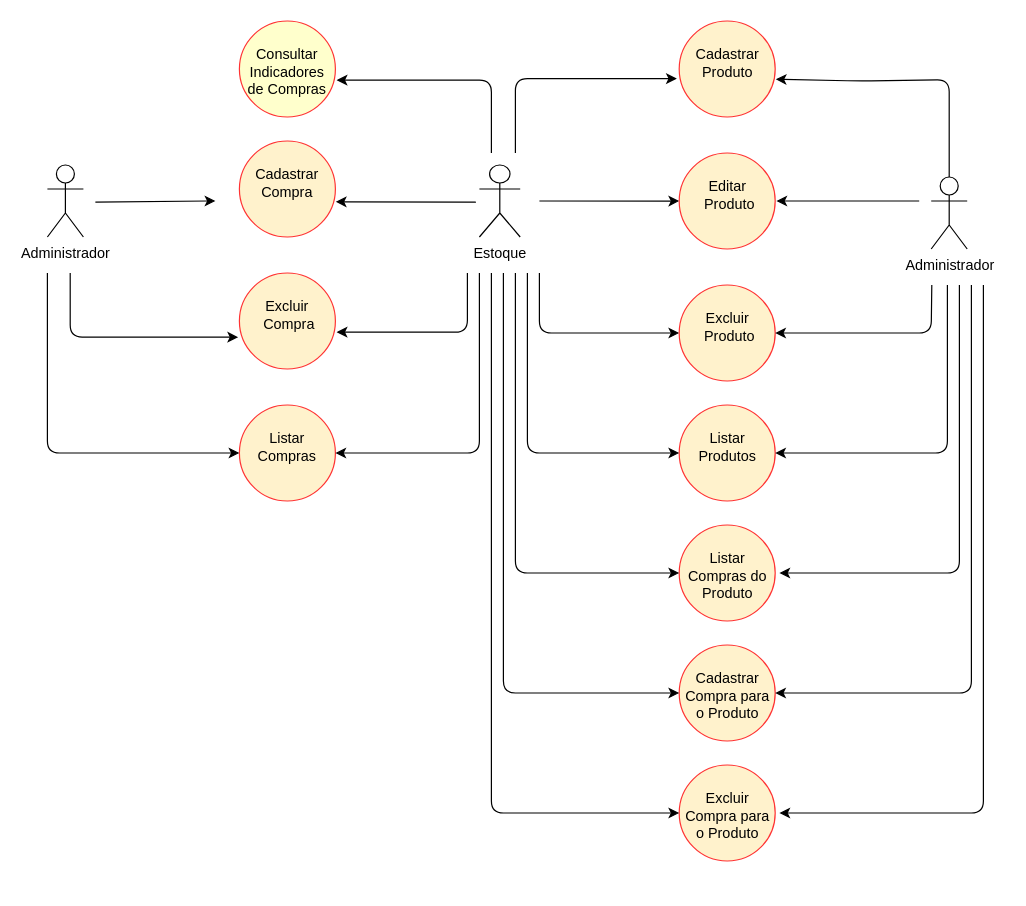
adjamirgalvao/pucminas keeps this draw.io diagram as page "Estoque" (3 of 5) of projeto/documentacao/Diagrama de casos de uso.drawio. Above is the earlier version. Source tidied: cells renumbered, new cells numbered last; positions are measured from the earlier drawing's top-left corner, leaving out a move shared by most shapes. Both pictures are drawn from the tidied source at 120%, with x=0, y=0 at pixel (47, 20).
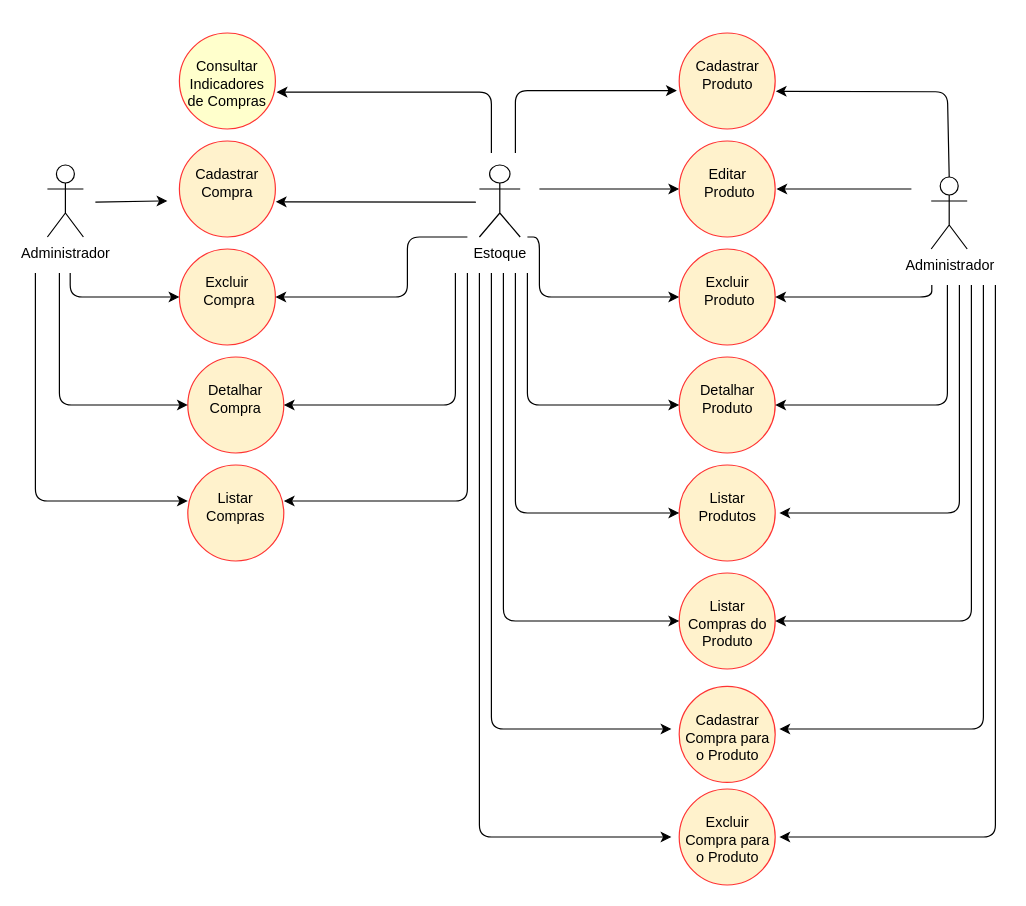
The same page after the edit.

The change refers to these unchanged cells:
```xml
<mxCell id="11" value="Administrador" style="shape=umlActor;verticalLabelPosition=bottom;verticalAlign=top;html=1;outlineConnect=0;" parent="1" vertex="1">
  <mxGeometry x="736.5" y="130" width="30" height="60" as="geometry" />
</mxCell>
```

Change to the diagram source:
```diff
@@
     <mxCell id="3" style="edgeStyle=orthogonalEdgeStyle;rounded=1;jettySize=auto;html=1;endArrow=classic;endFill=1;sourcePerimeterSpacing=0;targetPerimeterSpacing=0;startArrow=none;startFill=0;jumpStyle=arc;entryX=0;entryY=0.5;entryDx=0;entryDy=0;" parent="1" edge="1" target="6">
       <mxGeometry relative="1" as="geometry">
-        <mxPoint x="410" y="150" as="sourcePoint" />
+        <mxPoint x="410" y="140" as="sourcePoint" />
+        <Array as="points">
+          <mxPoint x="410" y="140" />
+        </Array>
       </mxGeometry>
     </mxCell>
@@
     <mxCell id="5" value="&lt;br&gt;Cadastrar Produto" style="ellipse;whiteSpace=wrap;html=1;verticalAlign=top;fillColor=#fff2cc;strokeColor=#FF3333;" parent="1" vertex="1">
-      <mxGeometry x="526.5" width="80" height="80" as="geometry" />
+      <mxGeometry x="526.5" y="10" width="80" height="80" as="geometry" />
     </mxCell>
     <mxCell id="6" value="&lt;br&gt;Editar&lt;br&gt;&amp;nbsp;Produto" style="ellipse;whiteSpace=wrap;html=1;verticalAlign=top;fillColor=#fff2cc;strokeColor=#FF3333;" parent="1" vertex="1">
-      <mxGeometry x="526.5" y="110" width="80" height="80" as="geometry" />
+      <mxGeometry x="526.5" y="100" width="80" height="80" as="geometry" />
     </mxCell>
     <mxCell id="7" style="edgeStyle=orthogonalEdgeStyle;rounded=1;jettySize=auto;html=1;endArrow=classic;endFill=1;sourcePerimeterSpacing=24;targetPerimeterSpacing=0;startArrow=none;startFill=0;jumpStyle=arc;entryX=0;entryY=0.5;entryDx=0;entryDy=0;" parent="1" edge="1" target="8">
       <mxGeometry relative="1" as="geometry">
-        <mxPoint x="410" y="210" as="sourcePoint" />
+        <mxPoint x="400" y="180" as="sourcePoint" />
         <Array as="points">
-          <mxPoint x="410" y="210" />
-          <mxPoint x="410" y="260" />
+          <mxPoint x="410" y="180" />
+          <mxPoint x="410" y="230" />
         </Array>
       </mxGeometry>
     </mxCell>
     <mxCell id="8" value="&lt;br&gt;Excluir&lt;br&gt;&amp;nbsp;Produto" style="ellipse;whiteSpace=wrap;html=1;verticalAlign=top;fillColor=#fff2cc;strokeColor=#FF3333;" parent="1" vertex="1">
-      <mxGeometry x="526.5" y="220" width="80" height="80" as="geometry" />
+      <mxGeometry x="526.5" y="190" width="80" height="80" as="geometry" />
     </mxCell>
-    <mxCell id="9" value="&lt;br&gt;Listar &lt;br&gt;Produtos" style="ellipse;whiteSpace=wrap;html=1;verticalAlign=top;fillColor=#fff2cc;strokeColor=#FF3333;" parent="1" vertex="1">
-      <mxGeometry x="526.5" y="320" width="80" height="80" as="geometry" />
+    <mxCell id="9" value="&lt;br&gt;Detalhar&lt;br&gt;Produto" style="ellipse;whiteSpace=wrap;html=1;verticalAlign=top;fillColor=#fff2cc;strokeColor=#FF3333;" parent="1" vertex="1">
+      <mxGeometry x="526.5" y="280" width="80" height="80" as="geometry" />
     </mxCell>
     <mxCell id="10" style="edgeStyle=orthogonalEdgeStyle;rounded=1;jettySize=auto;html=1;endArrow=classic;endFill=1;sourcePerimeterSpacing=24;targetPerimeterSpacing=0;startArrow=none;startFill=0;jumpStyle=arc;" parent="1" edge="1" target="9">
       <mxGeometry relative="1" as="geometry">
         <mxPoint x="400" y="210" as="sourcePoint" />
         <Array as="points">
-          <mxPoint x="400" y="210" />
-          <mxPoint x="400" y="360" />
+          <mxPoint x="400" y="320" />
         </Array>
       </mxGeometry>
     </mxCell>
@@
     <mxCell id="12" style="endArrow=classic;html=1;rounded=1;sourcePerimeterSpacing=-1;targetPerimeterSpacing=8;jumpStyle=arc;entryX=1.006;entryY=0.607;entryDx=0;entryDy=0;exitX=0.5;exitY=0;exitDx=0;exitDy=0;exitPerimeter=0;entryPerimeter=0;" parent="1" edge="1" source="11" target="5">
       <mxGeometry relative="1" as="geometry">
         <Array as="points">
-          <mxPoint x="751.5" y="49" />
-          <mxPoint x="676.5" y="50" />
+          <mxPoint x="750" y="59" />
         </Array>
       </mxGeometry>
     </mxCell>
     <mxCell id="13" style="endArrow=classic;html=1;rounded=1;sourcePerimeterSpacing=-1;targetPerimeterSpacing=1;jumpStyle=arc;" parent="1" edge="1" target="6">
       <mxGeometry relative="1" as="geometry">
-        <mxPoint x="726.5" y="150" as="sourcePoint" />
+        <mxPoint x="720" y="140" as="sourcePoint" />
       </mxGeometry>
     </mxCell>
     <mxCell id="14" style="endArrow=classic;html=1;rounded=1;sourcePerimeterSpacing=8;targetPerimeterSpacing=15;jumpStyle=arc;entryX=1;entryY=0.5;entryDx=0;entryDy=0;" parent="1" edge="1" target="8">
       <mxGeometry relative="1" as="geometry">
         <mxPoint x="737" y="220" as="sourcePoint" />
         <Array as="points">
-          <mxPoint x="736.5" y="260" />
-          <mxPoint x="646.5" y="260" />
+          <mxPoint x="737" y="230" />
+          <mxPoint x="690" y="230" />
         </Array>
       </mxGeometry>
     </mxCell>
@@
-    <mxCell id="16" value="&lt;br&gt;Listar &lt;br&gt;Compras" style="ellipse;whiteSpace=wrap;html=1;verticalAlign=top;fillColor=#fff2cc;strokeColor=#FF3333;" parent="1" vertex="1">
-      <mxGeometry x="160" y="320" width="80" height="80" as="geometry" />
+    <mxCell id="16" value="&lt;br&gt;Detalhar&lt;br&gt;Compra" style="ellipse;whiteSpace=wrap;html=1;verticalAlign=top;fillColor=#fff2cc;strokeColor=#FF3333;" parent="1" vertex="1">
+      <mxGeometry x="117" y="280" width="80" height="80" as="geometry" />
     </mxCell>
     <mxCell id="17" value="&lt;br&gt;Excluir&lt;br&gt;&amp;nbsp;Compra" style="ellipse;whiteSpace=wrap;html=1;verticalAlign=top;fillColor=#fff2cc;strokeColor=#FF3333;" parent="1" vertex="1">
-      <mxGeometry x="160" y="210" width="80" height="80" as="geometry" />
+      <mxGeometry x="110" y="190" width="80" height="80" as="geometry" />
     </mxCell>
     <mxCell id="18" value="&lt;br&gt;Cadastrar Compra" style="ellipse;whiteSpace=wrap;html=1;verticalAlign=top;fillColor=#fff2cc;strokeColor=#FF3333;" parent="1" vertex="1">
-      <mxGeometry x="160" y="100" width="80" height="80" as="geometry" />
+      <mxGeometry x="110" y="100" width="80" height="80" as="geometry" />
     </mxCell>
     <mxCell id="19" value="&lt;br&gt;Consultar&lt;br&gt;Indicadores de Compras" style="ellipse;whiteSpace=wrap;html=1;verticalAlign=top;fillColor=#ffffcc;strokeColor=#FF3333;" parent="1" vertex="1">
-      <mxGeometry x="160" width="80" height="80" as="geometry" />
+      <mxGeometry x="110" y="10" width="80" height="80" as="geometry" />
     </mxCell>
@@
-    <mxCell id="22" style="edgeStyle=orthogonalEdgeStyle;rounded=1;jettySize=auto;html=1;endArrow=classic;endFill=1;sourcePerimeterSpacing=24;targetPerimeterSpacing=0;startArrow=none;startFill=0;jumpStyle=arc;entryX=1.013;entryY=0.616;entryDx=0;entryDy=0;entryPerimeter=0;" parent="1" edge="1" target="17">
+    <mxCell id="22" style="edgeStyle=orthogonalEdgeStyle;rounded=1;orthogonalLoop=1;jettySize=auto;html=1;endArrow=classic;endFill=1;sourcePerimeterSpacing=24;targetPerimeterSpacing=0;startArrow=none;startFill=0;jumpStyle=arc;" parent="1" edge="1">
       <mxGeometry relative="1" as="geometry">
-        <mxPoint x="350" y="210" as="sourcePoint" />
+        <mxPoint x="350" y="180" as="sourcePoint" />
+        <mxPoint x="190" y="230" as="targetPoint" />
         <Array as="points">
-          <mxPoint x="350" y="210" />
-          <mxPoint x="350" y="259" />
+          <mxPoint x="327" y="180" />
+          <mxPoint x="300" y="180" />
+          <mxPoint x="300" y="230" />
         </Array>
       </mxGeometry>
     </mxCell>
     <mxCell id="23" style="edgeStyle=orthogonalEdgeStyle;rounded=1;jettySize=auto;html=1;endArrow=classic;endFill=1;sourcePerimeterSpacing=24;targetPerimeterSpacing=0;startArrow=none;startFill=0;jumpStyle=arc;entryX=1;entryY=0.5;entryDx=0;entryDy=0;" parent="1" edge="1" target="16">
       <mxGeometry relative="1" as="geometry">
-        <mxPoint x="360" y="210" as="sourcePoint" />
+        <mxPoint x="340" y="210" as="sourcePoint" />
         <Array as="points">
-          <mxPoint x="360" y="210" />
-          <mxPoint x="360" y="360" />
+          <mxPoint x="340" y="210" />
+          <mxPoint x="340" y="320" />
         </Array>
       </mxGeometry>
     </mxCell>
@@
     <mxCell id="25" style="edgeStyle=orthogonalEdgeStyle;rounded=1;orthogonalLoop=1;jettySize=auto;html=1;endArrow=classic;endFill=1;sourcePerimeterSpacing=24;targetPerimeterSpacing=0;startArrow=none;startFill=0;jumpStyle=arc;" parent="1" edge="1">
       <mxGeometry relative="1" as="geometry">
         <mxPoint x="760" y="220" as="sourcePoint" />
-        <mxPoint x="610" y="460" as="targetPoint" />
+        <mxPoint x="610" y="410" as="targetPoint" />
         <Array as="points">
-          <mxPoint x="760" y="220" />
-          <mxPoint x="760" y="460" />
+          <mxPoint x="760" y="410" />
         </Array>
       </mxGeometry>
     </mxCell>
-    <mxCell id="26" value="&lt;br&gt;Listar Compras do Produto" style="ellipse;whiteSpace=wrap;html=1;verticalAlign=top;fillColor=#fff2cc;strokeColor=#FF3333;" parent="1" vertex="1">
-      <mxGeometry x="526.5" y="420" width="80" height="80" as="geometry" />
+    <mxCell id="26" value="&lt;br style=&quot;border-color: var(--border-color);&quot;&gt;Listar&lt;br style=&quot;border-color: var(--border-color);&quot;&gt;Produtos" style="ellipse;whiteSpace=wrap;html=1;verticalAlign=top;fillColor=#fff2cc;strokeColor=#FF3333;" parent="1" vertex="1">
+      <mxGeometry x="526.5" y="370" width="80" height="80" as="geometry" />
     </mxCell>
     <mxCell id="27" style="edgeStyle=orthogonalEdgeStyle;rounded=1;jettySize=auto;html=1;endArrow=classic;endFill=1;sourcePerimeterSpacing=24;targetPerimeterSpacing=0;startArrow=none;startFill=0;jumpStyle=arc;entryX=0;entryY=0.5;entryDx=0;entryDy=0;" parent="1" edge="1" target="26">
       <mxGeometry relative="1" as="geometry">
         <mxPoint x="390" y="210" as="sourcePoint" />
         <Array as="points">
-          <mxPoint x="390" y="460" />
+          <mxPoint x="390" y="410" />
         </Array>
       </mxGeometry>
     </mxCell>
-    <mxCell id="28" value="&lt;br&gt;Cadastrar Compra para o Produto" style="ellipse;whiteSpace=wrap;html=1;verticalAlign=top;fillColor=#fff2cc;strokeColor=#FF3333;" parent="1" vertex="1">
-      <mxGeometry x="526.5" y="520" width="80" height="80" as="geometry" />
+    <mxCell id="28" value="&lt;br style=&quot;border-color: var(--border-color);&quot;&gt;Listar Compras do Produto" style="ellipse;whiteSpace=wrap;html=1;verticalAlign=top;fillColor=#fff2cc;strokeColor=#FF3333;" parent="1" vertex="1">
+      <mxGeometry x="526.5" y="460" width="80" height="80" as="geometry" />
     </mxCell>
-    <mxCell id="29" value="&lt;br&gt;Excluir Compra para o Produto" style="ellipse;whiteSpace=wrap;html=1;verticalAlign=top;fillColor=#fff2cc;strokeColor=#FF3333;" parent="1" vertex="1">
-      <mxGeometry x="526.5" y="620" width="80" height="80" as="geometry" />
+    <mxCell id="29" value="&lt;br style=&quot;border-color: var(--border-color);&quot;&gt;Cadastrar Compra para o Produto" style="ellipse;whiteSpace=wrap;html=1;verticalAlign=top;fillColor=#fff2cc;strokeColor=#FF3333;" parent="1" vertex="1">
+      <mxGeometry x="526.5" y="554.5" width="80" height="80" as="geometry" />
     </mxCell>
     <mxCell id="30" style="edgeStyle=orthogonalEdgeStyle;rounded=1;jettySize=auto;html=1;endArrow=classic;endFill=1;sourcePerimeterSpacing=24;targetPerimeterSpacing=0;startArrow=none;startFill=0;jumpStyle=arc;entryX=1;entryY=0.5;entryDx=0;entryDy=0;" parent="1" edge="1" target="28">
       <mxGeometry relative="1" as="geometry">
         <mxPoint x="770" y="220" as="sourcePoint" />
         <Array as="points">
-          <mxPoint x="770" y="560" />
+          <mxPoint x="770" y="500" />
         </Array>
       </mxGeometry>
     </mxCell>
     <mxCell id="31" style="edgeStyle=orthogonalEdgeStyle;rounded=1;orthogonalLoop=1;jettySize=auto;html=1;endArrow=classic;endFill=1;sourcePerimeterSpacing=24;targetPerimeterSpacing=0;startArrow=none;startFill=0;jumpStyle=arc;" parent="1" edge="1">
       <mxGeometry relative="1" as="geometry">
         <mxPoint x="780" y="220" as="sourcePoint" />
-        <mxPoint x="610" y="660" as="targetPoint" />
+        <mxPoint x="610" y="590" as="targetPoint" />
         <Array as="points">
-          <mxPoint x="780" y="660" />
-          <mxPoint x="617" y="660" />
+          <mxPoint x="780" y="590" />
+          <mxPoint x="610" y="590" />
         </Array>
       </mxGeometry>
     </mxCell>
     <mxCell id="32" style="edgeStyle=orthogonalEdgeStyle;rounded=1;jettySize=auto;html=1;endArrow=classic;endFill=1;sourcePerimeterSpacing=24;targetPerimeterSpacing=0;startArrow=none;startFill=0;jumpStyle=arc;entryX=0;entryY=0.5;entryDx=0;entryDy=0;" parent="1" edge="1" target="28">
       <mxGeometry relative="1" as="geometry">
         <mxPoint x="380" y="210" as="sourcePoint" />
         <Array as="points">
-          <mxPoint x="380" y="560" />
+          <mxPoint x="380" y="500" />
         </Array>
       </mxGeometry>
     </mxCell>
-    <mxCell id="33" style="edgeStyle=orthogonalEdgeStyle;rounded=1;jettySize=auto;html=1;endArrow=classic;endFill=1;sourcePerimeterSpacing=24;targetPerimeterSpacing=0;startArrow=none;startFill=0;jumpStyle=arc;entryX=0;entryY=0.5;entryDx=0;entryDy=0;" parent="1" edge="1" target="29">
+    <mxCell id="33" style="edgeStyle=orthogonalEdgeStyle;rounded=1;orthogonalLoop=1;jettySize=auto;html=1;endArrow=classic;endFill=1;sourcePerimeterSpacing=24;targetPerimeterSpacing=0;startArrow=none;startFill=0;jumpStyle=arc;" parent="1" edge="1">
       <mxGeometry relative="1" as="geometry">
         <mxPoint x="370" y="210" as="sourcePoint" />
+        <mxPoint x="520" y="590" as="targetPoint" />
         <Array as="points">
-          <mxPoint x="370" y="660" />
+          <mxPoint x="370" y="590" />
         </Array>
       </mxGeometry>
     </mxCell>
     <mxCell id="34" style="edgeStyle=orthogonalEdgeStyle;rounded=1;orthogonalLoop=1;jettySize=auto;html=1;endArrow=classic;endFill=1;sourcePerimeterSpacing=0;targetPerimeterSpacing=0;startArrow=none;startFill=0;jumpStyle=arc;" parent="1" edge="1">
       <mxGeometry relative="1" as="geometry">
         <mxPoint x="40" y="151" as="sourcePoint" />
-        <mxPoint x="140" y="150" as="targetPoint" />
+        <mxPoint x="100" y="150" as="targetPoint" />
         <Array as="points">
           <mxPoint x="90" y="151" />
           <mxPoint x="140" y="150" />
         </Array>
       </mxGeometry>
     </mxCell>
-    <mxCell id="35" style="edgeStyle=orthogonalEdgeStyle;rounded=1;jettySize=auto;html=1;endArrow=classic;endFill=1;sourcePerimeterSpacing=24;targetPerimeterSpacing=0;startArrow=none;startFill=0;jumpStyle=arc;entryX=-0.013;entryY=0.668;entryDx=0;entryDy=0;entryPerimeter=0;" parent="1" edge="1" target="17">
+    <mxCell id="35" style="edgeStyle=orthogonalEdgeStyle;rounded=1;orthogonalLoop=1;jettySize=auto;html=1;endArrow=classic;endFill=1;sourcePerimeterSpacing=24;targetPerimeterSpacing=0;startArrow=none;startFill=0;jumpStyle=arc;" parent="1" edge="1">
       <mxGeometry relative="1" as="geometry">
         <mxPoint x="19" y="210" as="sourcePoint" />
+        <mxPoint x="110" y="230" as="targetPoint" />
         <Array as="points">
-          <mxPoint x="19" y="263" />
+          <mxPoint x="19" y="230" />
         </Array>
       </mxGeometry>
     </mxCell>
     <mxCell id="36" style="edgeStyle=orthogonalEdgeStyle;rounded=1;jettySize=auto;html=1;endArrow=classic;endFill=1;sourcePerimeterSpacing=24;targetPerimeterSpacing=0;startArrow=none;startFill=0;jumpStyle=arc;entryX=0;entryY=0.5;entryDx=0;entryDy=0;" parent="1" edge="1" target="16">
       <mxGeometry relative="1" as="geometry">
-        <mxPoint y="210" as="sourcePoint" />
+        <mxPoint x="10" y="210" as="sourcePoint" />
         <Array as="points">
-          <mxPoint y="360" />
+          <mxPoint x="10" y="320" />
         </Array>
       </mxGeometry>
     </mxCell>
+    <mxCell id="37" value="&lt;br&gt;Listar&lt;br&gt;Compras" style="ellipse;whiteSpace=wrap;html=1;verticalAlign=top;fillColor=#fff2cc;strokeColor=#FF3333;" parent="1" vertex="1">
+      <mxGeometry x="117" y="370" width="80" height="80" as="geometry" />
+    </mxCell>
+    <mxCell id="38" value="&lt;br&gt;Excluir Compra para o Produto" style="ellipse;whiteSpace=wrap;html=1;verticalAlign=top;fillColor=#fff2cc;strokeColor=#FF3333;" parent="1" vertex="1">
+      <mxGeometry x="526.5" y="640" width="80" height="80" as="geometry" />
+    </mxCell>
+    <mxCell id="39" style="edgeStyle=orthogonalEdgeStyle;rounded=1;jettySize=auto;html=1;endArrow=classic;endFill=1;sourcePerimeterSpacing=24;targetPerimeterSpacing=0;startArrow=none;startFill=0;jumpStyle=arc;entryX=1;entryY=0.375;entryDx=0;entryDy=0;entryPerimeter=0;" parent="1" edge="1" target="37">
+      <mxGeometry relative="1" as="geometry">
+        <mxPoint x="350" y="210" as="sourcePoint" />
+        <Array as="points">
+          <mxPoint x="350" y="210" />
+          <mxPoint x="350" y="400" />
+        </Array>
+      </mxGeometry>
+    </mxCell>
+    <mxCell id="40" style="edgeStyle=orthogonalEdgeStyle;rounded=1;jettySize=auto;html=1;endArrow=classic;endFill=1;sourcePerimeterSpacing=24;targetPerimeterSpacing=0;startArrow=none;startFill=0;jumpStyle=arc;entryX=0;entryY=0.375;entryDx=0;entryDy=0;entryPerimeter=0;" parent="1" edge="1" target="37">
+      <mxGeometry relative="1" as="geometry">
+        <mxPoint x="-10" y="210" as="sourcePoint" />
+        <Array as="points">
+          <mxPoint x="-10" y="400" />
+        </Array>
+      </mxGeometry>
+    </mxCell>
+    <mxCell id="41" style="edgeStyle=orthogonalEdgeStyle;rounded=1;orthogonalLoop=1;jettySize=auto;html=1;endArrow=classic;endFill=1;sourcePerimeterSpacing=24;targetPerimeterSpacing=0;startArrow=none;startFill=0;jumpStyle=arc;" parent="1" edge="1">
+      <mxGeometry relative="1" as="geometry">
+        <mxPoint x="360" y="210" as="sourcePoint" />
+        <mxPoint x="520" y="680" as="targetPoint" />
+        <Array as="points">
+          <mxPoint x="360" y="680" />
+          <mxPoint x="510" y="680" />
+        </Array>
+      </mxGeometry>
+    </mxCell>
+    <mxCell id="42" style="edgeStyle=orthogonalEdgeStyle;rounded=1;orthogonalLoop=1;jettySize=auto;html=1;endArrow=classic;endFill=1;sourcePerimeterSpacing=24;targetPerimeterSpacing=0;startArrow=none;startFill=0;jumpStyle=arc;" parent="1" edge="1">
+      <mxGeometry relative="1" as="geometry">
+        <mxPoint x="790" y="220" as="sourcePoint" />
+        <mxPoint x="610" y="680" as="targetPoint" />
+        <Array as="points">
+          <mxPoint x="790" y="680" />
+          <mxPoint x="620" y="680" />
+        </Array>
+      </mxGeometry>
+    </mxCell>
```
